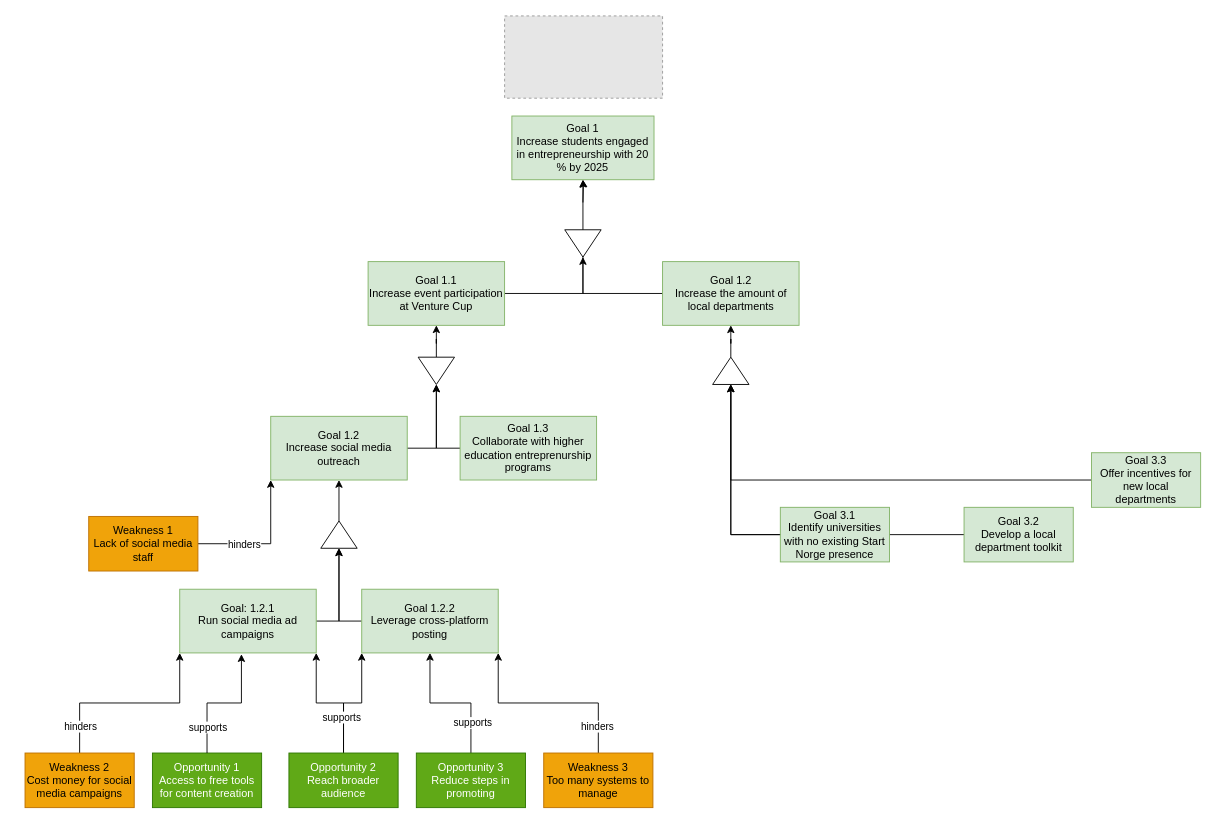
Above: Start Norge.drawio in marhjoh/TDT4252-Enterprise-Architecture-for-Enterprise-Innovation (draw.io), before the change. Source tidied: cells renumbered, new cells numbered last; positions are measured from the earlier drawing's top-left corner, leaving out a move shared by most shapes. Both pictures are drawn from the tidied source at 91%, with x=0, y=0 at pixel (25, 15). Pictures stored in the file or linked from it are replaced by grey dashed boxes.
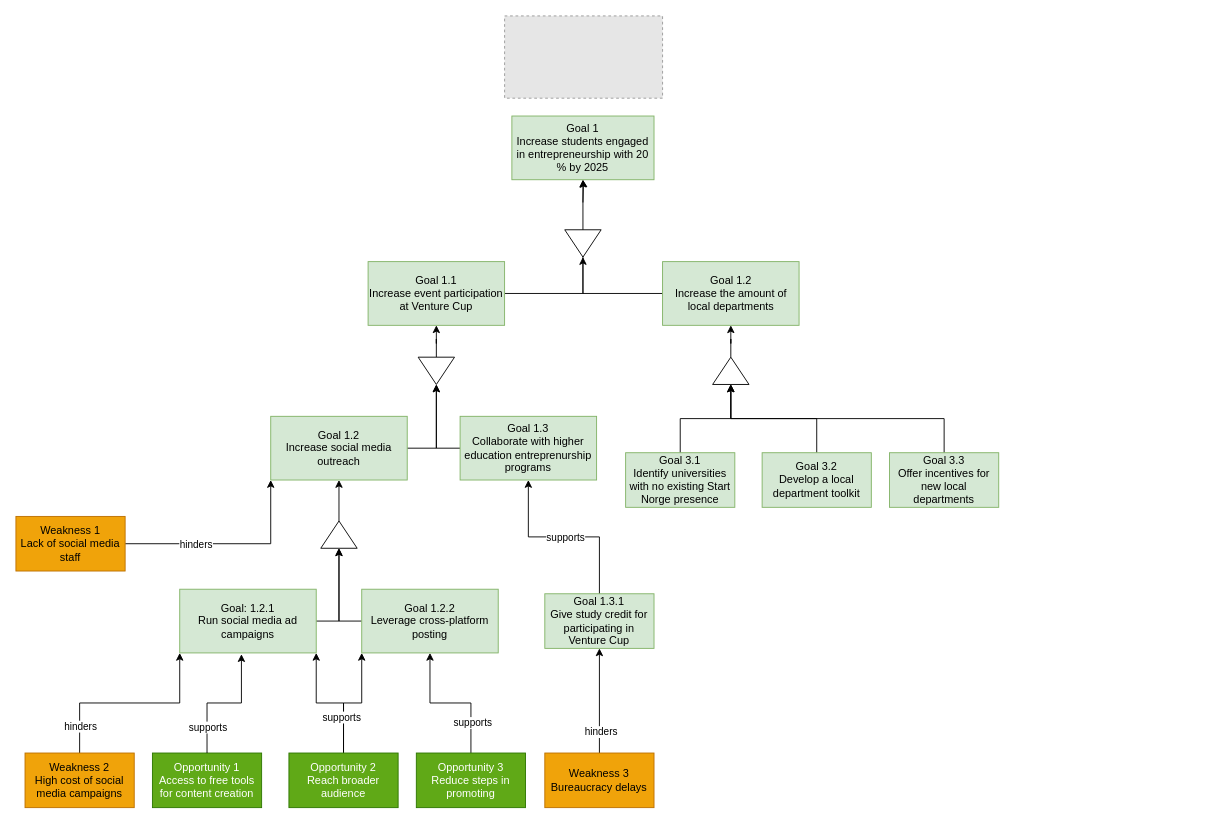
The same diagram, later.

Commit message:
add: venture cup goal aspects

Unchanged cells that the change refers to:
```xml
<mxCell id="10" value="Goal 1.3&lt;div&gt;Collaborate with higher education entreprenurship programs&lt;/div&gt;" style="rounded=0;whiteSpace=wrap;html=1;fillColor=#d5e8d4;strokeColor=#82b366;" parent="1" vertex="1">
  <mxGeometry x="478.1" y="440" width="150" height="70" as="geometry" />
</mxCell>
<mxCell id="12" value="Goal 1.2.2&lt;div&gt;Leverage cross-platform posting&lt;/div&gt;" style="rounded=0;whiteSpace=wrap;html=1;fillColor=#d5e8d4;strokeColor=#82b366;" parent="1" vertex="1">
  <mxGeometry x="370" y="630" width="150" height="70" as="geometry" />
</mxCell>
<mxCell id="27" style="triangle;whiteSpace=wrap;html=1;rotation=-90;" parent="1" vertex="1">
  <mxGeometry x="760.6" y="370" width="30" height="40" as="geometry" />
</mxCell>
```

Change to the diagram source:
```diff
@@
-    <mxCell id="15" style="edgeStyle=orthogonalEdgeStyle;rounded=0;jettySize=auto;html=1;entryX=0;entryY=0.5;entryDx=0;entryDy=0;" parent="1" edge="1" source="16" target="27">
+    <mxCell id="15" style="edgeStyle=orthogonalEdgeStyle;rounded=0;jettySize=auto;html=1;entryX=0;entryY=0.5;entryDx=0;entryDy=0;exitX=0.5;exitY=0;exitDx=0;exitDy=0;" parent="1" edge="1" source="16" target="27">
       <mxGeometry relative="1" as="geometry" />
     </mxCell>
     <mxCell id="16" value="Goal 3.2&lt;div&gt;Develop a local department toolkit&lt;/div&gt;" style="whiteSpace=wrap;html=1;fillColor=#d5e8d4;strokeColor=#82b366;" parent="1" vertex="1">
-      <mxGeometry x="1031.9" y="540" width="120" height="60" as="geometry" />
+      <mxGeometry x="810" y="480" width="120" height="60" as="geometry" />
     </mxCell>
-    <mxCell id="17" style="edgeStyle=orthogonalEdgeStyle;rounded=0;jettySize=auto;html=1;entryX=0;entryY=0.5;entryDx=0;entryDy=0;" parent="1" edge="1" source="18" target="27">
+    <mxCell id="17" style="edgeStyle=orthogonalEdgeStyle;rounded=0;jettySize=auto;html=1;entryX=0;entryY=0.5;entryDx=0;entryDy=0;exitX=0.5;exitY=0;exitDx=0;exitDy=0;" parent="1" edge="1" source="18" target="27">
       <mxGeometry relative="1" as="geometry" />
     </mxCell>
     <mxCell id="18" value="Goal 3.3&lt;div&gt;Offer incentives for new local departments&lt;/div&gt;" style="whiteSpace=wrap;html=1;fillColor=#d5e8d4;strokeColor=#82b366;" parent="1" vertex="1">
-      <mxGeometry x="1171.9" y="480" width="120" height="60" as="geometry" />
+      <mxGeometry x="950" y="480" width="120" height="60" as="geometry" />
     </mxCell>
@@
     <mxCell id="25" value="Goal 3.1&lt;div&gt;Identify universities with no existing Start Norge presence&lt;/div&gt;" style="whiteSpace=wrap;html=1;fillColor=#d5e8d4;strokeColor=#82b366;" parent="1" vertex="1">
-      <mxGeometry x="830" y="540" width="120" height="60" as="geometry" />
+      <mxGeometry x="660" y="480" width="120" height="60" as="geometry" />
     </mxCell>
@@
-    <mxCell id="30" value="Weakness 2&lt;div&gt;Cost money for social media campaigns&lt;/div&gt;" style="rounded=0;whiteSpace=wrap;html=1;fillColor=#f0a30a;strokeColor=#BD7000;fontColor=#000000;" parent="1" vertex="1">
+    <mxCell id="30" value="Weakness 2&lt;div&gt;High cost of social media campaigns&lt;/div&gt;" style="rounded=0;whiteSpace=wrap;html=1;fillColor=#f0a30a;strokeColor=#BD7000;fontColor=#000000;" parent="1" vertex="1">
       <mxGeometry y="810" width="120" height="60" as="geometry" />
     </mxCell>
@@
     <mxCell id="33" value="Weakness 1&lt;div&gt;Lack of social media staff&lt;/div&gt;" style="rounded=0;whiteSpace=wrap;html=1;fillColor=#f0a30a;strokeColor=#BD7000;fontColor=#000000;" parent="1" vertex="1">
-      <mxGeometry x="70" y="550" width="120" height="60" as="geometry" />
+      <mxGeometry x="-10" y="550" width="120" height="60" as="geometry" />
     </mxCell>
@@
-    <mxCell id="46" style="edgeStyle=orthogonalEdgeStyle;rounded=0;jettySize=auto;html=1;entryX=1;entryY=1;entryDx=0;entryDy=0;exitX=0.5;exitY=0;exitDx=0;exitDy=0;" parent="1" edge="1" source="48" target="12">
-      <mxGeometry relative="1" as="geometry" />
-    </mxCell>
+    <mxCell id="49" style="edgeStyle=orthogonalEdgeStyle;rounded=0;jettySize=auto;html=1;entryX=0.5;entryY=1;entryDx=0;entryDy=0;" parent="1" edge="1" source="51" target="10">
+      <mxGeometry relative="1" as="geometry" />
+    </mxCell>
+    <mxCell id="50" value="supports" style="edgeLabel;html=1;align=center;verticalAlign=middle;" parent="49" vertex="1">
+      <mxGeometry x="-0.01" y="1" relative="1" as="geometry">
+        <mxPoint x="1" as="offset" />
+      </mxGeometry>
+    </mxCell>
+    <mxCell id="51" value="Goal 1.3.1&lt;div&gt;Give study credit for participating in Venture Cup&lt;/div&gt;" style="rounded=0;whiteSpace=wrap;html=1;fillColor=#d5e8d4;strokeColor=#82b366;" parent="1" vertex="1">
+      <mxGeometry x="571.2" y="635" width="120" height="60" as="geometry" />
+    </mxCell>
+    <mxCell id="52" style="edgeStyle=orthogonalEdgeStyle;rounded=0;jettySize=auto;html=1;entryX=0.5;entryY=1;entryDx=0;entryDy=0;" parent="1" edge="1" source="53" target="51">
+      <mxGeometry relative="1" as="geometry" />
+    </mxCell>
-    <mxCell id="47" value="hinders" style="edgeLabel;html=1;align=center;verticalAlign=middle;" parent="46" vertex="1">
-      <mxGeometry x="-0.56" y="-2" relative="1" as="geometry">
-        <mxPoint x="-4" y="18" as="offset" />
-      </mxGeometry>
+    <mxCell id="47" value="hinders" style="edgeLabel;html=1;align=center;verticalAlign=middle;" parent="52" vertex="1">
+      <mxGeometry x="-0.58" y="-1" relative="1" as="geometry" />
     </mxCell>
-    <mxCell id="48" value="Weakness 3&lt;div&gt;Too many systems to manage&lt;/div&gt;" style="rounded=0;whiteSpace=wrap;html=1;fillColor=#f0a30a;strokeColor=#BD7000;fontColor=#000000;" parent="1" vertex="1">
-      <mxGeometry x="570" y="810" width="120" height="60" as="geometry" />
-    </mxCell>
+    <mxCell id="53" value="Weakness 3&lt;div&gt;Bureaucracy delays&lt;/div&gt;" style="rounded=0;whiteSpace=wrap;html=1;fillColor=#f0a30a;strokeColor=#BD7000;fontColor=#000000;" parent="1" vertex="1">
+      <mxGeometry x="571.2" y="810" width="120" height="60" as="geometry" />
+    </mxCell>
```
